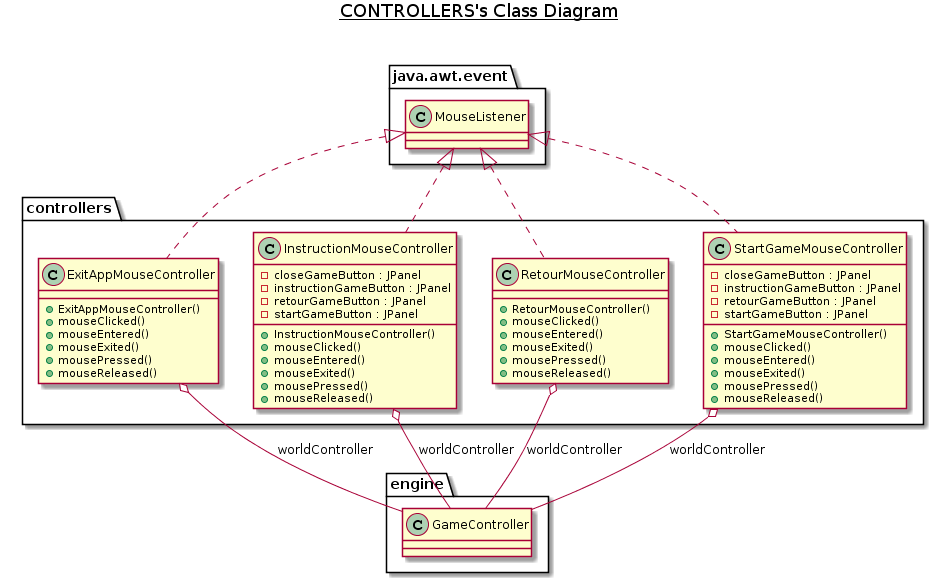
Above: specs/controllers_package_class_diagram.png in Bert54/ACL_2019_TP11_GROUPE3 (PlantUML), before the change. Its diagram source:
```plantuml
@startuml
title __CONTROLLERS's Class Diagram__\n

  namespace controllers {
    class controllers.ExitAppMouseController {
        + ExitAppMouseController()
        + mouseClicked()
        + mouseEntered()
        + mouseExited()
        + mousePressed()
        + mouseReleased()
    }
  }


  namespace controllers {
    class controllers.InstructionMouseController {
        - closeGameButton : JPanel
        - instructionGameButton : JPanel
        - retourGameButton : JPanel
        - startGameButton : JPanel
        + InstructionMouseController()
        + mouseClicked()
        + mouseEntered()
        + mouseExited()
        + mousePressed()
        + mouseReleased()
    }
  }


  namespace controllers {
    class controllers.RetourMouseController {
        + RetourMouseController()
        + mouseClicked()
        + mouseEntered()
        + mouseExited()
        + mousePressed()
        + mouseReleased()
    }
  }


  namespace controllers {
    class controllers.StartGameMouseController {
        - closeGameButton : JPanel
        - instructionGameButton : JPanel
        - retourGameButton : JPanel
        - startGameButton : JPanel
        + StartGameMouseController()
        + mouseClicked()
        + mouseEntered()
        + mouseExited()
        + mousePressed()
        + mouseReleased()
    }
  }


  controllers.ExitAppMouseController .up.|> java.awt.event.MouseListener
  controllers.ExitAppMouseController o-- engine.GameController : worldController
  controllers.InstructionMouseController .up.|> java.awt.event.MouseListener
  controllers.InstructionMouseController o-- engine.GameController : worldController
  controllers.RetourMouseController .up.|> java.awt.event.MouseListener
  controllers.RetourMouseController o-- engine.GameController : worldController
  controllers.StartGameMouseController .up.|> java.awt.event.MouseListener
  controllers.StartGameMouseController o-- engine.GameController : worldController
@enduml
```
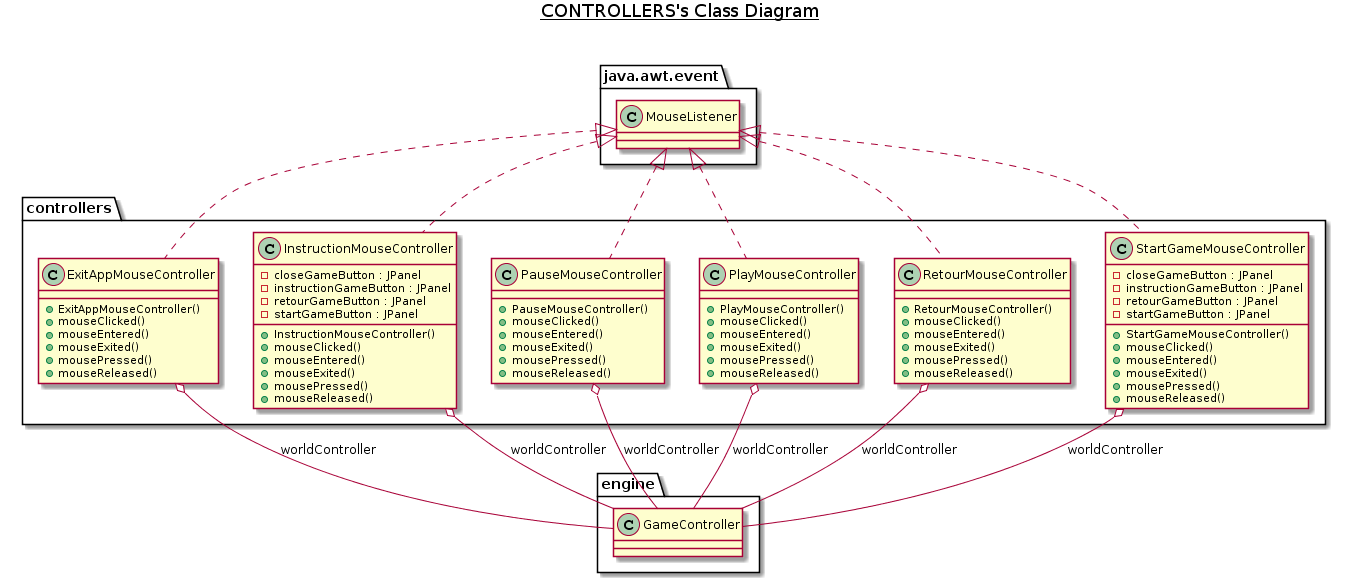
Above is the later version.

Commit message:
class diagrams puml

What changed in the source:
```diff
@@ -20,6 +20,30 @@
         - retourGameButton : JPanel
         - startGameButton : JPanel
         + InstructionMouseController()
+        + mouseClicked()
+        + mouseEntered()
+        + mouseExited()
+        + mousePressed()
+        + mouseReleased()
+    }
+  }
+
+
+  namespace controllers {
+    class controllers.PauseMouseController {
+        + PauseMouseController()
+        + mouseClicked()
+        + mouseEntered()
+        + mouseExited()
+        + mousePressed()
+        + mouseReleased()
+    }
+  }
+
+
+  namespace controllers {
+    class controllers.PlayMouseController {
+        + PlayMouseController()
         + mouseClicked()
         + mouseEntered()
         + mouseExited()
@@ -61,6 +85,10 @@
   controllers.ExitAppMouseController o-- engine.GameController : worldController
   controllers.InstructionMouseController .up.|> java.awt.event.MouseListener
   controllers.InstructionMouseController o-- engine.GameController : worldController
+  controllers.PauseMouseController .up.|> java.awt.event.MouseListener
+  controllers.PauseMouseController o-- engine.GameController : worldController
+  controllers.PlayMouseController .up.|> java.awt.event.MouseListener
+  controllers.PlayMouseController o-- engine.GameController : worldController
   controllers.RetourMouseController .up.|> java.awt.event.MouseListener
   controllers.RetourMouseController o-- engine.GameController : worldController
   controllers.StartGameMouseController .up.|> java.awt.event.MouseListener
```
